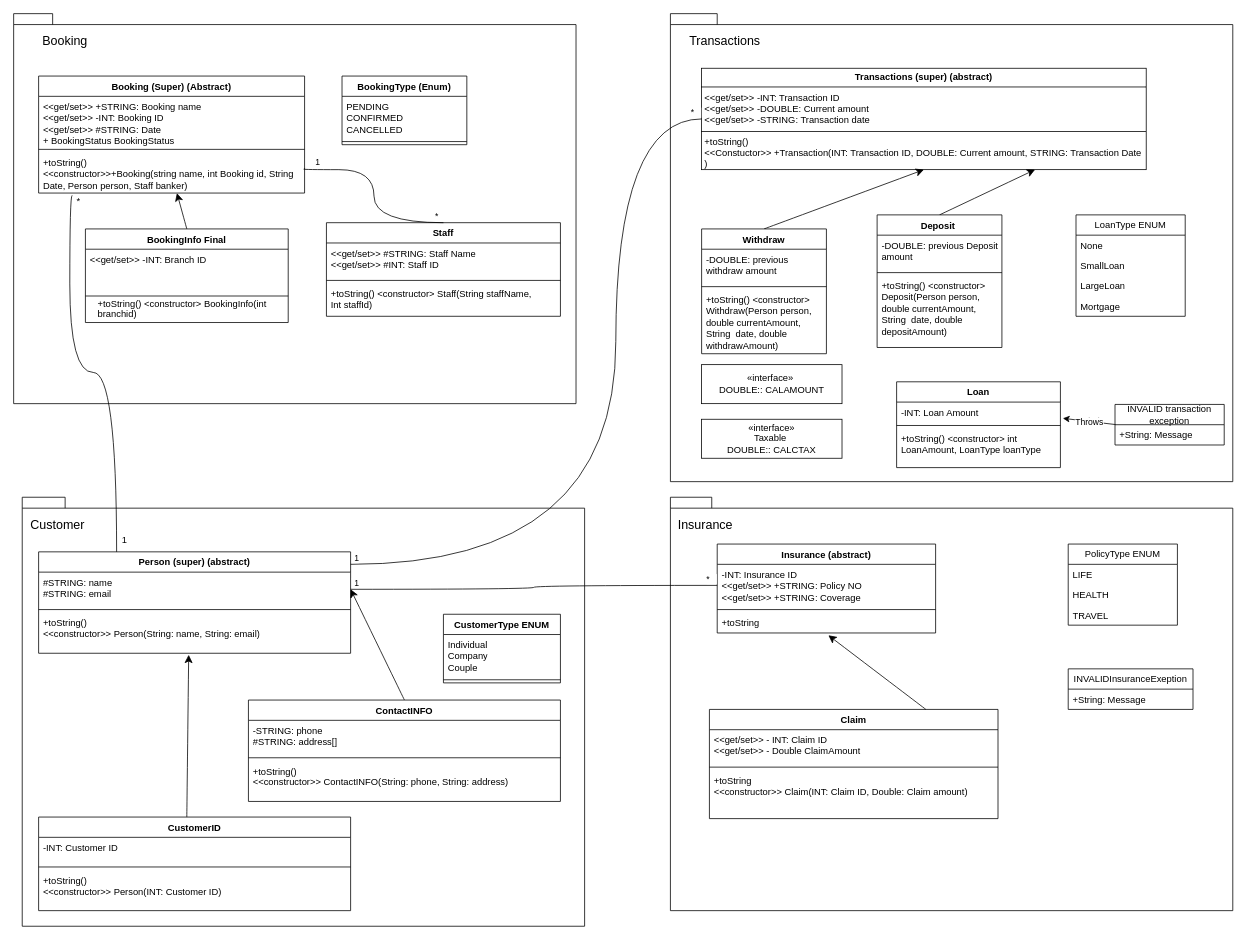
Earlier version of the draw.io diagram Mini Project UML Diagram.drawio (MattJphK/OOAD-Mini-Project-). Source tidied: cells renumbered, new cells numbered last; positions are measured from the earlier drawing's top-left corner, leaving out a move shared by most shapes. Both pictures are drawn from the tidied source at 78%, with x=0, y=0 at pixel (13, 13).
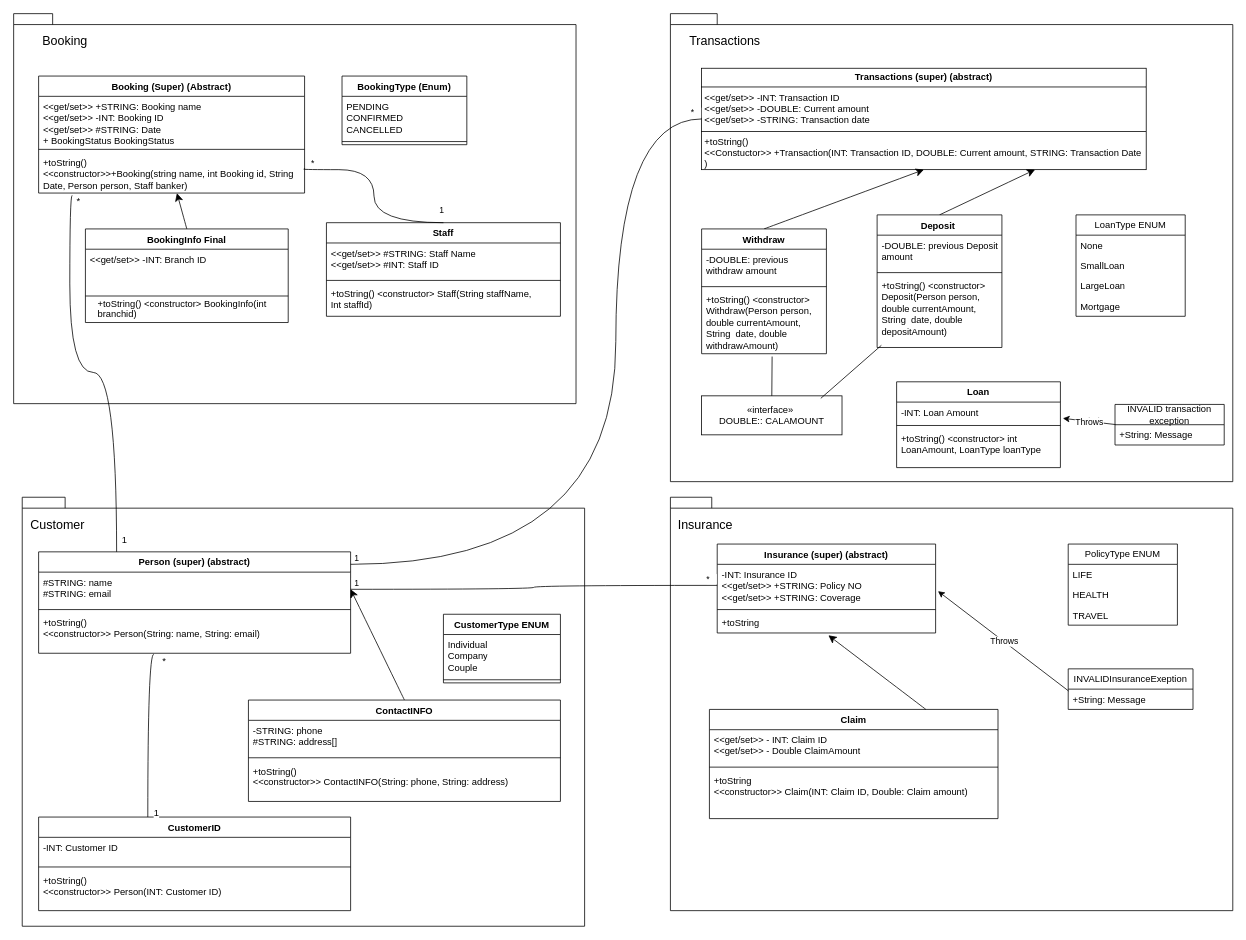
The same page after the edit.

Unchanged cells that the change refers to:
```xml
<mxCell id="27" value="+toString() &amp;lt;constructor&amp;gt;&lt;div&gt;Withdraw(Person person,&lt;/div&gt;&lt;div&gt;double currentAmount, String&amp;nbsp; date, double withdrawAmount)&lt;/div&gt;" style="text;strokeColor=none;fillColor=none;align=left;verticalAlign=top;spacingLeft=4;spacingRight=4;overflow=hidden;points=[[0,0.5],[1,0.5]];portConstraint=eastwest;whiteSpace=wrap;html=1;" parent="24" vertex="1">
  <mxGeometry y="78" width="160" height="82" as="geometry" />
</mxCell>
<mxCell id="32" value="+toString() &amp;lt;constructor&amp;gt;&lt;div&gt;Deposit(Person person,&lt;/div&gt;&lt;div&gt;double currentAmount, String&amp;nbsp; date, double depositAmount)&lt;/div&gt;&lt;div&gt;&lt;br&gt;&lt;div&gt;&lt;br&gt;&lt;/div&gt;&lt;/div&gt;" style="text;strokeColor=none;fillColor=none;align=left;verticalAlign=top;spacingLeft=4;spacingRight=4;overflow=hidden;points=[[0,0.5],[1,0.5]];portConstraint=eastwest;whiteSpace=wrap;html=1;" parent="29" vertex="1">
  <mxGeometry y="78" width="160" height="92" as="geometry" />
</mxCell>
<mxCell id="50" value="+toString()&lt;div&gt;&amp;lt;&amp;lt;constructor&amp;gt;&amp;gt; Person(String: name, String: email)&lt;/div&gt;" style="text;strokeColor=none;fillColor=none;align=left;verticalAlign=top;spacingLeft=4;spacingRight=4;overflow=hidden;points=[[0,0.5],[1,0.5]];portConstraint=eastwest;whiteSpace=wrap;html=1;" parent="47" vertex="1">
  <mxGeometry y="78" width="400" height="52" as="geometry" />
</mxCell>
<mxCell id="51" value="CustomerID" style="swimlane;fontStyle=1;align=center;verticalAlign=top;horizontal=1;startSize=26;whiteSpace=wrap;html=1;" parent="1" vertex="1">
  <mxGeometry x="32" y="1030" width="400" height="120" as="geometry" />
</mxCell>
<mxCell id="60" value="-INT: Insurance ID&lt;div&gt;&amp;lt;&amp;lt;get/set&amp;gt;&amp;gt; +STRING: Policy NO&lt;/div&gt;&lt;div&gt;&amp;lt;&amp;lt;get/set&amp;gt;&amp;gt; +STRING: Coverage&lt;/div&gt;" style="text;strokeColor=none;fillColor=none;align=left;verticalAlign=top;spacingLeft=4;spacingRight=4;overflow=hidden;points=[[0,0.5],[1,0.5]];portConstraint=eastwest;whiteSpace=wrap;html=1;" parent="59" vertex="1">
  <mxGeometry y="26" width="280" height="54" as="geometry" />
</mxCell>
<mxCell id="72" value="+String: Message" style="text;strokeColor=none;fillColor=none;align=left;verticalAlign=top;spacingLeft=4;spacingRight=4;overflow=hidden;points=[[0,0.5],[1,0.5]];portConstraint=eastwest;whiteSpace=wrap;html=1;" parent="71" vertex="1">
  <mxGeometry y="26" width="160" height="26" as="geometry" />
</mxCell>
<mxCell id="74" style="endArrow=none;html=1;edgeStyle=orthogonalEdgeStyle;rounded=0;fontSize=12;startSize=8;endSize=8;curved=1;entryX=0.5;entryY=0;entryDx=0;entryDy=0;exitX=1.001;exitY=0.4;exitDx=0;exitDy=0;exitPerimeter=0;" parent="1" edge="1" source="7" target="8">
  <mxGeometry relative="1" as="geometry">
    <Array as="points">
      <mxPoint x="372" y="199" />
      <mxPoint x="372" y="200" />
      <mxPoint x="462" y="200" />
    </Array>
  </mxGeometry>
</mxCell>
```

Diff of the diagram source:
```diff
@@
-    <mxCell id="58" style="endArrow=classic;html=1;rounded=0;fontSize=12;startSize=8;endSize=8;curved=1;exitX=0.475;exitY=0;exitDx=0;exitDy=0;exitPerimeter=0;entryX=0.481;entryY=1.038;entryDx=0;entryDy=0;entryPerimeter=0;" parent="1" edge="1" source="51" target="50">
-      <mxGeometry relative="1" as="geometry" />
-    </mxCell>
-    <mxCell id="59" value="Insurance (abstract)" style="swimlane;fontStyle=1;align=center;verticalAlign=top;horizontal=1;startSize=26;whiteSpace=wrap;html=1;" parent="1" vertex="1">
+    <mxCell id="59" value="Insurance (super) (abstract)" style="swimlane;fontStyle=1;align=center;verticalAlign=top;horizontal=1;startSize=26;whiteSpace=wrap;html=1;" parent="1" vertex="1">
       <mxGeometry x="902" y="680" width="280" height="114" as="geometry" />
     </mxCell>
@@
     <mxCell id="75" value="&amp;nbsp; &amp;nbsp; 1" style="edgeLabel;html=1;align=left;verticalAlign=bottom;" parent="74" vertex="1">
-      <mxGeometry x="-1" relative="1" as="geometry" />
+      <mxGeometry x="-1" relative="1" as="geometry">
+        <mxPoint x="159" y="61" as="offset" />
+      </mxGeometry>
     </mxCell>
     <mxCell id="76" value="*&amp;nbsp;&amp;nbsp;" style="edgeLabel;html=1;align=right;verticalAlign=bottom;" parent="74" vertex="1">
-      <mxGeometry x="1" relative="1" as="geometry" />
+      <mxGeometry x="1" relative="1" as="geometry">
+        <mxPoint x="-159" y="-68" as="offset" />
+      </mxGeometry>
     </mxCell>
@@
-    <mxCell id="88" value="«interface»&lt;br&gt;&lt;div&gt;Taxable&amp;nbsp;&lt;/div&gt;&lt;div&gt;DOUBLE:: CALCTAX&lt;/div&gt;" style="html=1;whiteSpace=wrap;" parent="1" vertex="1">
-      <mxGeometry x="882" y="520" width="180" height="50" as="geometry" />
-    </mxCell>
     <mxCell id="89" value="«interface»&lt;span style=&quot;background-color: initial;&quot;&gt;&amp;nbsp;&lt;/span&gt;&lt;div&gt;DOUBLE:: CALAMOUNT&lt;/div&gt;" style="html=1;whiteSpace=wrap;" parent="1" vertex="1">
-      <mxGeometry x="882" y="450" width="180" height="50" as="geometry" />
+      <mxGeometry x="882" y="490" width="180" height="50" as="geometry" />
     </mxCell>
@@
+    <mxCell id="99" style="endArrow=none;html=1;rounded=0;exitX=0.5;exitY=0;exitDx=0;exitDy=0;entryX=0.565;entryY=1.044;entryDx=0;entryDy=0;entryPerimeter=0;" parent="1" edge="1" source="89" target="27">
+      <mxGeometry relative="1" as="geometry" />
+    </mxCell>
+    <mxCell id="100" style="endArrow=none;html=1;rounded=0;entryX=0.034;entryY=0.97;entryDx=0;entryDy=0;entryPerimeter=0;exitX=0.849;exitY=0.064;exitDx=0;exitDy=0;exitPerimeter=0;" parent="1" edge="1" source="89" target="32">
+      <mxGeometry relative="1" as="geometry" />
+    </mxCell>
+    <mxCell id="101" style="endArrow=none;html=1;edgeStyle=orthogonalEdgeStyle;rounded=0;fontSize=12;startSize=8;endSize=8;curved=1;exitX=0.25;exitY=0;exitDx=0;exitDy=0;entryX=0.369;entryY=1.023;entryDx=0;entryDy=0;entryPerimeter=0;" parent="1" edge="1" target="50">
+      <mxGeometry relative="1" as="geometry">
+        <mxPoint x="172" y="1030" as="sourcePoint" />
+        <Array as="points">
+          <mxPoint x="172" y="821" />
+        </Array>
+      </mxGeometry>
+    </mxCell>
+    <mxCell id="102" value="*" style="edgeLabel;html=1;align=center;verticalAlign=middle;fontSize=12;" parent="101" vertex="1">
+      <mxGeometry x="0.88" relative="1" as="geometry">
+        <mxPoint x="20" y="2" as="offset" />
+      </mxGeometry>
+    </mxCell>
+    <mxCell id="103" value="1" style="edgeLabel;html=1;align=center;verticalAlign=middle;fontSize=12;" parent="101" vertex="1">
+      <mxGeometry x="-0.94" y="-2" relative="1" as="geometry">
+        <mxPoint x="8" as="offset" />
+      </mxGeometry>
+    </mxCell>
+    <mxCell id="104" style="endArrow=classic;html=1;rounded=0;entryX=1.011;entryY=0.637;entryDx=0;entryDy=0;exitX=0.003;exitY=0.092;exitDx=0;exitDy=0;exitPerimeter=0;entryPerimeter=0;" parent="1" edge="1" source="72" target="60">
+      <mxGeometry relative="1" as="geometry" />
+    </mxCell>
+    <mxCell id="105" value="Throws" style="edgeLabel;html=1;align=center;verticalAlign=middle;" parent="104" vertex="1">
+      <mxGeometry relative="1" as="geometry" />
+    </mxCell>
```
